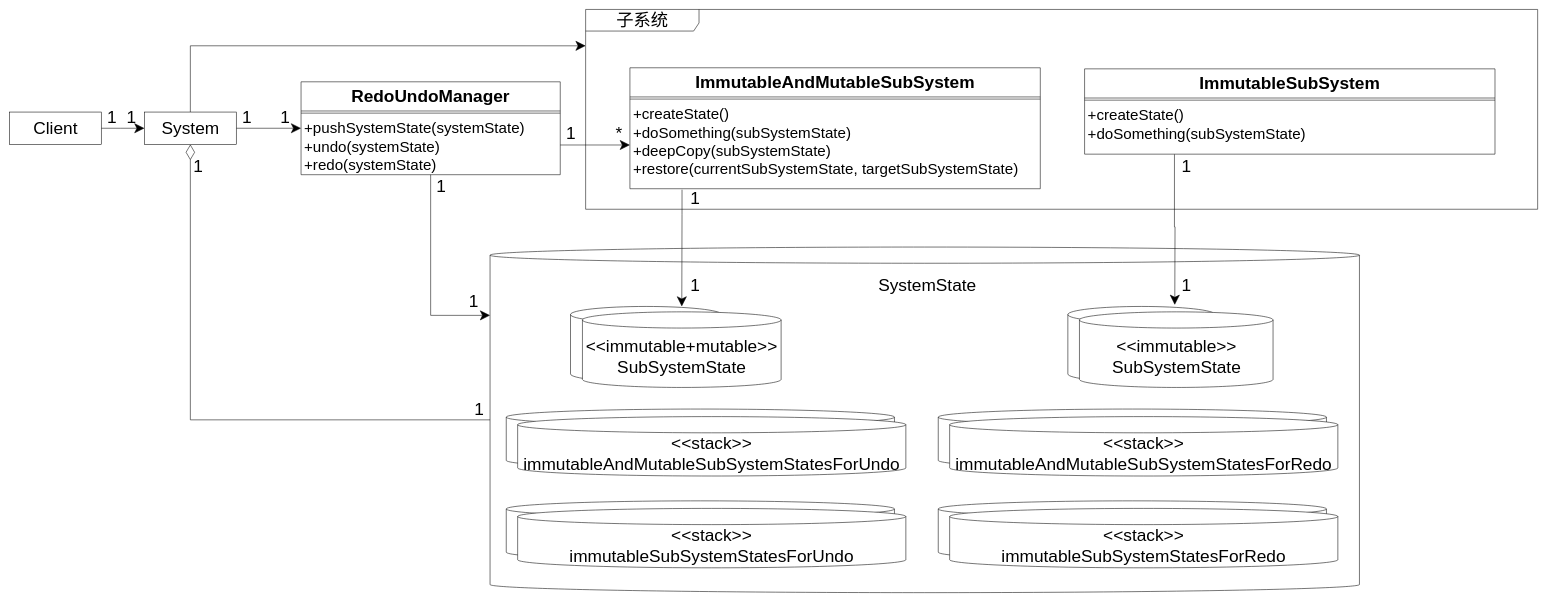
Before: packages/撤销重做模式/role_abstract/UML.drawio in yyc-git/3DProgramPattern, a draw.io diagram. Source tidied: cells renumbered, new cells numbered last; positions are measured from the earlier drawing's top-left corner, leaving out a move shared by most shapes. Both pictures are drawn from the tidied source at 54%, with x=0, y=0 at pixel (9, 9).
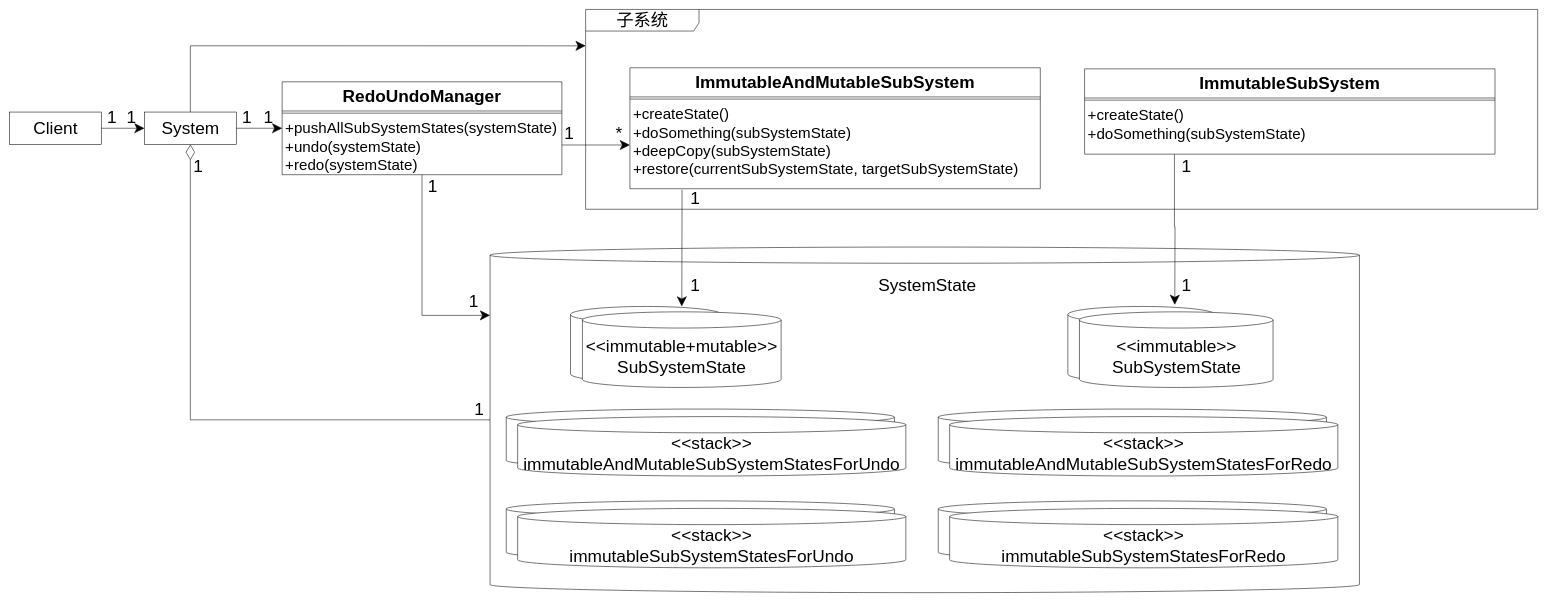
After the change.

Change to the diagram source:
```diff
@@
     <mxCell id="7" value="RedoUndoManager" style="swimlane;fontStyle=1;align=center;verticalAlign=top;horizontal=1;startSize=54;fontSize=32;" parent="1" vertex="1">
-      <mxGeometry x="540" y="134" width="480" height="172" as="geometry" />
+      <mxGeometry x="505" y="134" width="518" height="172" as="geometry" />
     </mxCell>
     <mxCell id="8" style="line;strokeWidth=1;fillColor=none;align=left;verticalAlign=middle;spacingTop=-1;spacingLeft=3;spacingRight=3;labelPosition=right;" parent="7" vertex="1">
-      <mxGeometry y="54" width="480" height="8" as="geometry" />
+      <mxGeometry y="54" width="518" height="8" as="geometry" />
     </mxCell>
-    <mxCell id="9" value="+pushSystemState(systemState)&#10;+undo(systemState)&#10;+redo(systemState)" style="text;strokeColor=none;fillColor=none;align=left;verticalAlign=top;spacingLeft=4;spacingRight=4;overflow=hidden;points=[[0,0.5],[1,0.5]];portConstraint=eastwest;fontSize=28;" parent="7" vertex="1">
-      <mxGeometry y="62" width="480" height="110" as="geometry" />
+    <mxCell id="9" value="+pushAllSubSystemStates(systemState)&#10;+undo(systemState)&#10;+redo(systemState)" style="text;strokeColor=none;fillColor=none;align=left;verticalAlign=top;spacingLeft=4;spacingRight=4;overflow=hidden;points=[[0,0.5],[1,0.5]];portConstraint=eastwest;fontSize=28;" parent="7" vertex="1">
+      <mxGeometry y="62" width="518" height="110" as="geometry" />
     </mxCell>
@@
     <mxCell id="28" value="&lt;font style=&quot;font-size: 32px&quot;&gt;1&lt;/font&gt;" style="text;html=1;strokeColor=none;fillColor=none;align=center;verticalAlign=middle;whiteSpace=wrap;rounded=0;" parent="1" vertex="1">
-      <mxGeometry x="780" y="317" width="40" height="20" as="geometry" />
+      <mxGeometry x="764" y="317" width="40" height="20" as="geometry" />
     </mxCell>
@@
     <mxCell id="31" value="&lt;font style=&quot;font-size: 32px&quot;&gt;1&lt;/font&gt;" style="text;html=1;strokeColor=none;fillColor=none;align=center;verticalAlign=middle;whiteSpace=wrap;rounded=0;" parent="1" vertex="1">
-      <mxGeometry x="491" y="190" width="40" height="20" as="geometry" />
+      <mxGeometry x="460" y="190" width="40" height="20" as="geometry" />
     </mxCell>
@@
     <mxCell id="34" value="&lt;font style=&quot;font-size: 32px&quot;&gt;1&lt;/font&gt;" style="text;html=1;strokeColor=none;fillColor=none;align=center;verticalAlign=middle;whiteSpace=wrap;rounded=0;" parent="1" vertex="1">
-      <mxGeometry x="1020" y="220" width="40" height="20" as="geometry" />
+      <mxGeometry x="1017" y="220" width="40" height="20" as="geometry" />
     </mxCell>
```
